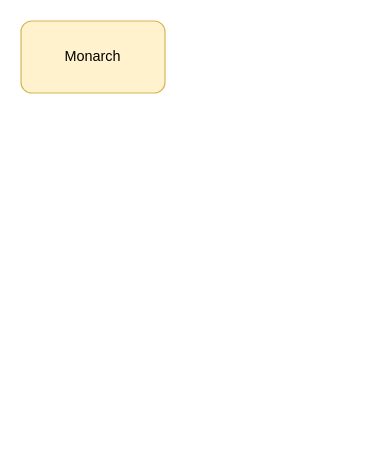
This is Æleania/Æleanian Political Org Chart.drawio from jamlamtheblue/DES-Pol, a draw.io file, before an edit. Source tidied: cells renumbered, new cells numbered last; positions are measured from the earlier drawing's top-left corner, leaving out a move shared by most shapes. Both pictures are drawn from the tidied source at 120%, with x=0, y=0 at pixel (20, 20).
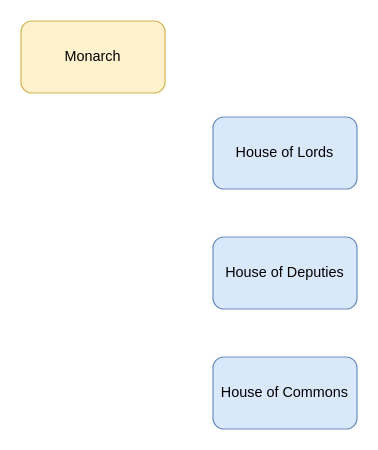
Above is the later version.

What changed in the source:
```diff
@@
 <mxGraphModel>
   <root>
     <mxCell id="0" />
     <mxCell id="1" parent="0" />
     <mxCell id="2" value="Monarch" style="rounded=1;whiteSpace=wrap;html=1;fillColor=#fff2cc;strokeColor=#d6b656;" parent="1" vertex="1">
       <mxGeometry width="120" height="60" as="geometry" />
     </mxCell>
+    <mxCell id="3" value="House of Lords" style="rounded=1;whiteSpace=wrap;html=1;fillColor=#dae8fc;strokeColor=#6c8ebf;" parent="1" vertex="1">
+      <mxGeometry x="160" y="80" width="120" height="60" as="geometry" />
+    </mxCell>
+    <mxCell id="4" value="House of Deputies" style="rounded=1;whiteSpace=wrap;html=1;fillColor=#dae8fc;strokeColor=#6c8ebf;" parent="1" vertex="1">
+      <mxGeometry x="160" y="180" width="120" height="60" as="geometry" />
+    </mxCell>
+    <mxCell id="5" value="House of Commons" style="rounded=1;whiteSpace=wrap;html=1;fillColor=#dae8fc;strokeColor=#6c8ebf;" parent="1" vertex="1">
+      <mxGeometry x="160" y="280" width="120" height="60" as="geometry" />
+    </mxCell>
   </root>
 </mxGraphModel>
```
